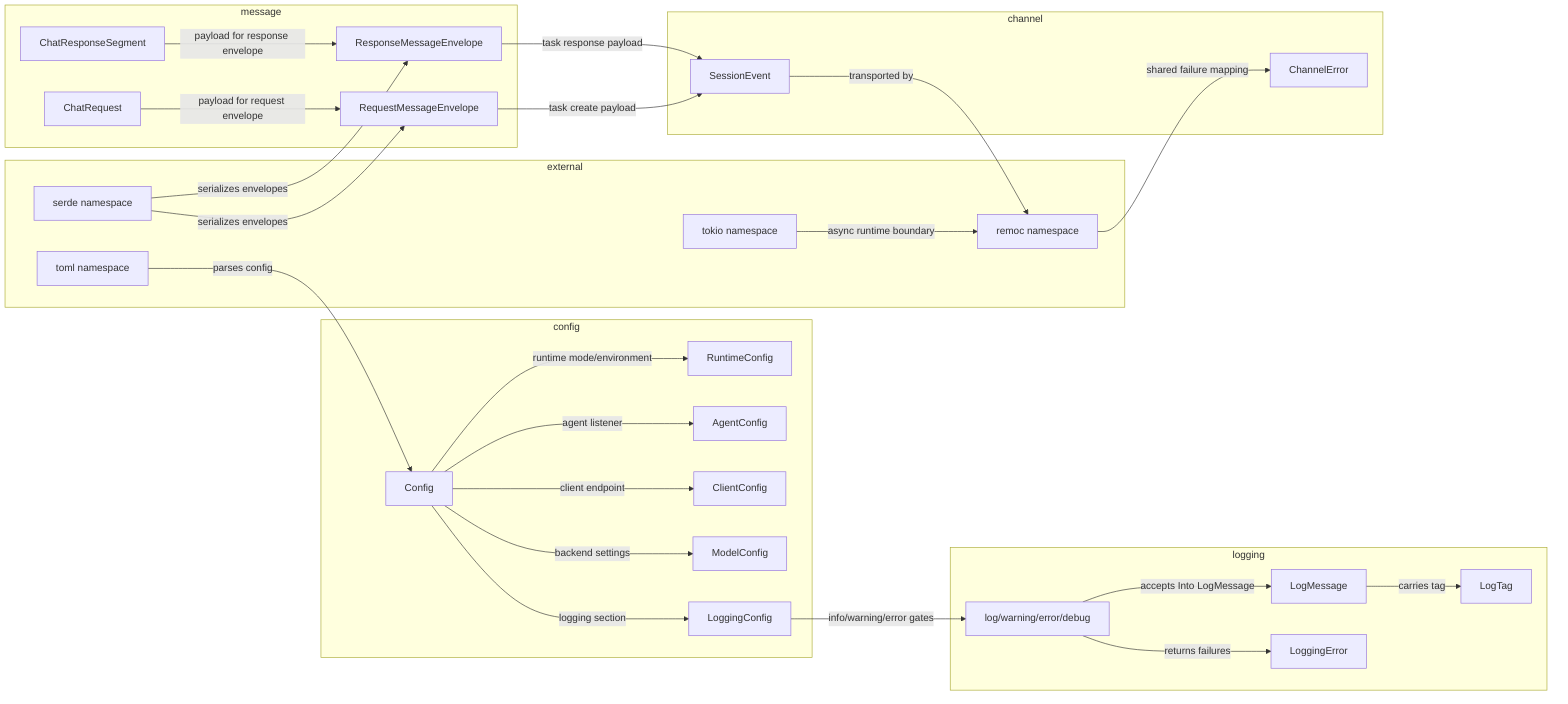
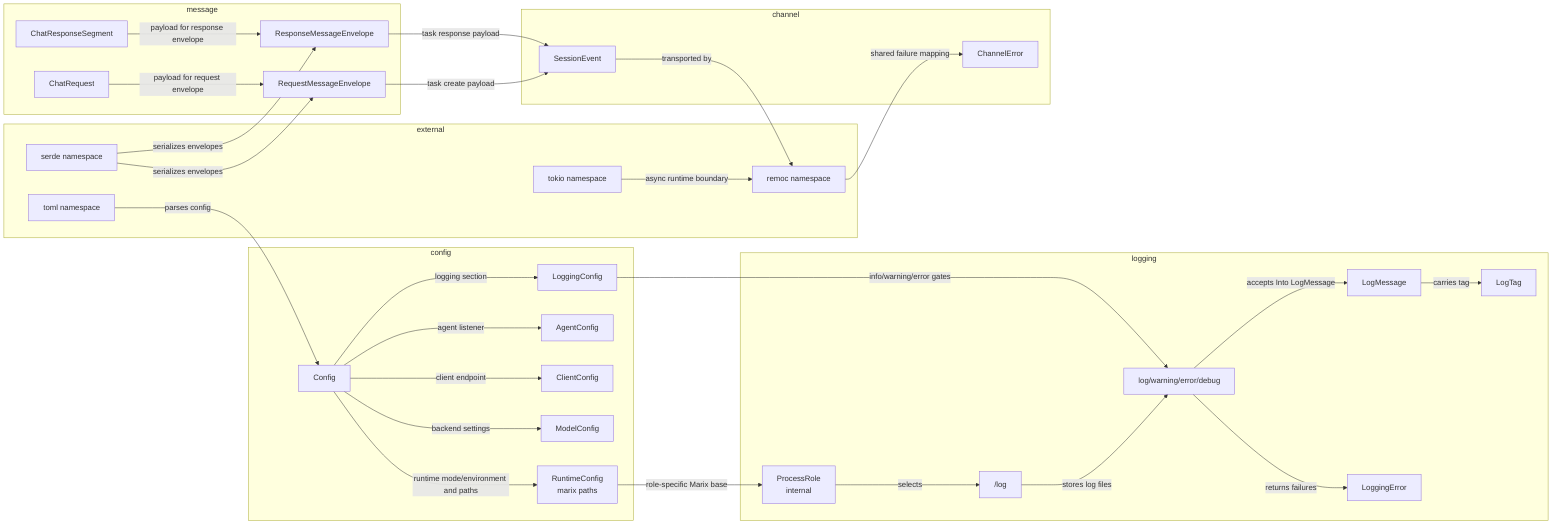
flowchart LR
  subgraph config["config"]
    Config["Config"]
-     RuntimeConfig["RuntimeConfig"]
+     RuntimeConfig["RuntimeConfig\nmarix paths"]
    AgentConfig["AgentConfig"]
    ClientConfig["ClientConfig"]
    ModelConfig["ModelConfig"]
    LoggingConfig["LoggingConfig"]
  end

  subgraph logging["logging"]
    LoggerApi["log/warning/error/debug"]
+     ProcessRole["ProcessRole\ninternal"]
+     LogDirectory["<marix_path>/log"]
    LogMessage["LogMessage"]
    LogTag["LogTag"]
    LoggingError["LoggingError"]
  end

  subgraph message["message"]
    RequestEnvelope["RequestMessageEnvelope"]
    ResponseEnvelope["ResponseMessageEnvelope"]
    ChatRequest["ChatRequest"]
    ChatResponseSegment["ChatResponseSegment"]
  end

  subgraph channel["channel"]
    SessionEvent["SessionEvent"]
    ChannelError["ChannelError"]
  end

  subgraph external["external"]
    Remoc["remoc namespace"]
    Serde["serde namespace"]
    Tokio["tokio namespace"]
    Toml["toml namespace"]
  end

-   Config -->|"runtime mode/environment"| RuntimeConfig
+   Toml -->|"parses config"| Config
+   Config -->|"runtime mode/environment and paths"| RuntimeConfig
  Config -->|"agent listener"| AgentConfig
  Config -->|"client endpoint"| ClientConfig
  Config -->|"backend settings"| ModelConfig
  Config -->|"logging section"| LoggingConfig
+   RuntimeConfig -->|"role-specific Marix base"| ProcessRole
+   ProcessRole -->|"selects"| LogDirectory
+   LogDirectory -->|"stores log files"| LoggerApi
  LoggingConfig -->|"info/warning/error gates"| LoggerApi
  LoggerApi -->|"accepts Into LogMessage"| LogMessage
  LogMessage -->|"carries tag"| LogTag
  LoggerApi -->|"returns failures"| LoggingError
-   Toml -->|"parses config"| Config
  Serde -->|"serializes envelopes"| RequestEnvelope
  Serde -->|"serializes envelopes"| ResponseEnvelope
  ChatRequest -->|"payload for request envelope"| RequestEnvelope
  ChatResponseSegment -->|"payload for response envelope"| ResponseEnvelope
  RequestEnvelope -->|"task create payload"| SessionEvent
  ResponseEnvelope -->|"task response payload"| SessionEvent
  SessionEvent -->|"transported by"| Remoc
  Remoc -->|"shared failure mapping"| ChannelError
  Tokio -->|"async runtime boundary"| Remoc
